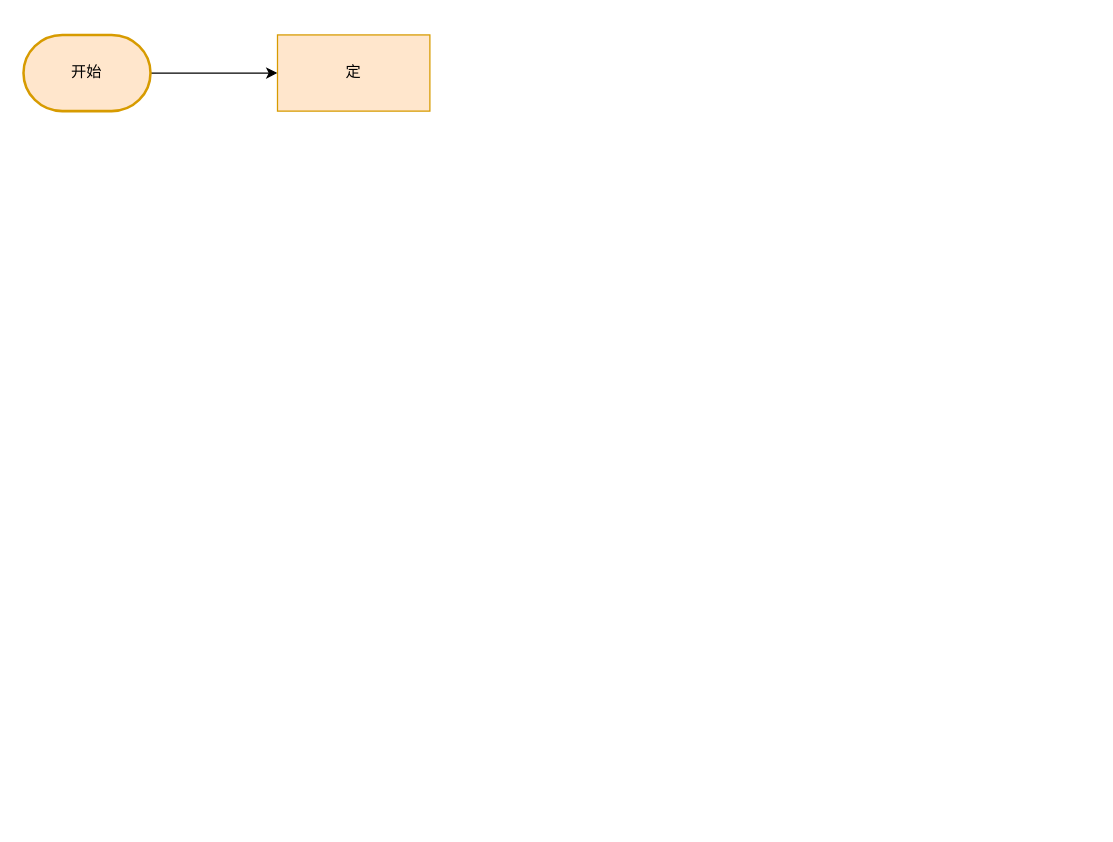
Jie33/draw keeps this draw.io diagram as crm海慧订单通知.drawio. Above is the earlier version. Source tidied: cells renumbered, new cells numbered last; positions are measured from the earlier drawing's top-left corner, leaving out a move shared by most shapes. Both pictures are drawn from the tidied source at 127%, with x=0, y=0 at pixel (23, 34).
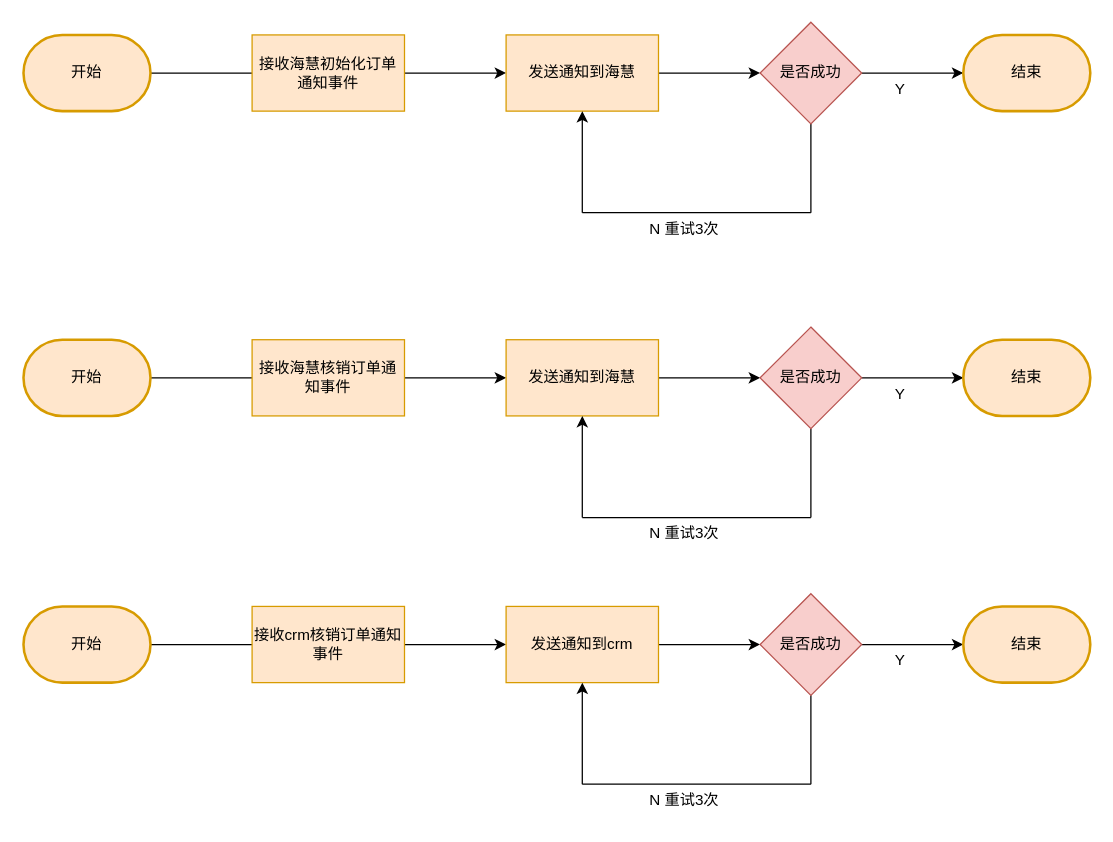
After the change.

Commit message:
更新crm海慧订单通知.drawio

Change to the diagram source:
```diff
@@
+    <mxCell id="5" style="edgeStyle=orthogonalEdgeStyle;rounded=0;jettySize=auto;html=1;" parent="1" edge="1" source="4" target="7">
+      <mxGeometry relative="1" as="geometry" />
+    </mxCell>
-    <mxCell id="4" value="定" style="rounded=0;whiteSpace=wrap;html=1;fillColor=#ffe6cc;strokeColor=#d79b00;" parent="1" vertex="1">
-      <mxGeometry x="200" width="120" height="60" as="geometry" />
+    <mxCell id="4" value="接收海慧初始化订单通知事件" style="rounded=0;whiteSpace=wrap;html=1;fillColor=#ffe6cc;strokeColor=#d79b00;" parent="1" vertex="1">
+      <mxGeometry x="180" width="120" height="60" as="geometry" />
     </mxCell>
+    <mxCell id="6" style="edgeStyle=orthogonalEdgeStyle;rounded=0;jettySize=auto;html=1;" parent="1" edge="1" source="7" target="10">
+      <mxGeometry relative="1" as="geometry" />
+    </mxCell>
+    <mxCell id="7" value="发送通知到海慧" style="rounded=0;whiteSpace=wrap;html=1;fillColor=#ffe6cc;strokeColor=#d79b00;" parent="1" vertex="1">
+      <mxGeometry x="380" width="120" height="60" as="geometry" />
+    </mxCell>
+    <mxCell id="8" style="edgeStyle=orthogonalEdgeStyle;rounded=0;jettySize=auto;html=1;" parent="1" edge="1" source="10">
+      <mxGeometry relative="1" as="geometry">
+        <mxPoint x="740" y="30" as="targetPoint" />
+      </mxGeometry>
+    </mxCell>
+    <mxCell id="9" style="edgeStyle=orthogonalEdgeStyle;rounded=0;jettySize=auto;html=1;endArrow=none;endFill=0;" parent="1" edge="1" source="10">
+      <mxGeometry relative="1" as="geometry">
+        <mxPoint x="620" y="140" as="targetPoint" />
+      </mxGeometry>
+    </mxCell>
+    <mxCell id="10" value="是否成功" style="rhombus;whiteSpace=wrap;html=1;fillColor=#f8cecc;strokeColor=#b85450;" parent="1" vertex="1">
+      <mxGeometry x="580" y="-10" width="80" height="80" as="geometry" />
+    </mxCell>
+    <mxCell id="11" style="endArrow=none;html=1;rounded=0;endFill=0;" parent="1" edge="1">
+      <mxGeometry relative="1" as="geometry">
+        <mxPoint x="620" y="140" as="sourcePoint" />
+        <mxPoint x="440" y="140" as="targetPoint" />
+      </mxGeometry>
+    </mxCell>
+    <mxCell id="12" style="endArrow=classic;html=1;rounded=0;entryX=0.5;entryY=1;entryDx=0;entryDy=0;" parent="1" edge="1" target="7">
+      <mxGeometry relative="1" as="geometry">
+        <mxPoint x="440" y="140" as="sourcePoint" />
+      </mxGeometry>
+    </mxCell>
+    <mxCell id="13" value="结束" style="strokeWidth=2;html=1;shape=mxgraph.flowchart.terminator;whiteSpace=wrap;fillColor=#ffe6cc;strokeColor=#d79b00;" parent="1" vertex="1">
+      <mxGeometry x="740" width="100" height="60" as="geometry" />
+    </mxCell>
+    <mxCell id="14" value="N 重试3次" style="text;html=1;align=center;verticalAlign=middle;strokeColor=none;fillColor=none;" parent="1" vertex="1">
+      <mxGeometry x="480" y="138" width="80" height="30" as="geometry" />
+    </mxCell>
+    <mxCell id="15" value="Y" style="text;html=1;align=center;verticalAlign=middle;strokeColor=none;fillColor=none;" parent="1" vertex="1">
+      <mxGeometry x="675" y="28" width="30" height="30" as="geometry" />
+    </mxCell>
+    <mxCell id="16" style="edgeStyle=orthogonalEdgeStyle;rounded=0;jettySize=auto;html=1;" parent="1" edge="1" source="17">
+      <mxGeometry relative="1" as="geometry">
+        <mxPoint x="200" y="270" as="targetPoint" />
+      </mxGeometry>
+    </mxCell>
+    <mxCell id="17" value="开始" style="strokeWidth=2;html=1;shape=mxgraph.flowchart.terminator;whiteSpace=wrap;fillColor=#ffe6cc;strokeColor=#d79b00;" parent="1" vertex="1">
+      <mxGeometry y="240" width="100" height="60" as="geometry" />
+    </mxCell>
+    <mxCell id="18" style="edgeStyle=orthogonalEdgeStyle;rounded=0;jettySize=auto;html=1;" parent="1" edge="1" source="19" target="21">
+      <mxGeometry relative="1" as="geometry" />
+    </mxCell>
+    <mxCell id="19" value="接收海慧核销订单通知事件" style="rounded=0;whiteSpace=wrap;html=1;fillColor=#ffe6cc;strokeColor=#d79b00;" parent="1" vertex="1">
+      <mxGeometry x="180" y="240" width="120" height="60" as="geometry" />
+    </mxCell>
+    <mxCell id="20" style="edgeStyle=orthogonalEdgeStyle;rounded=0;jettySize=auto;html=1;" parent="1" edge="1" source="21" target="24">
+      <mxGeometry relative="1" as="geometry" />
+    </mxCell>
+    <mxCell id="21" value="发送通知到海慧" style="rounded=0;whiteSpace=wrap;html=1;fillColor=#ffe6cc;strokeColor=#d79b00;" parent="1" vertex="1">
+      <mxGeometry x="380" y="240" width="120" height="60" as="geometry" />
+    </mxCell>
+    <mxCell id="22" style="edgeStyle=orthogonalEdgeStyle;rounded=0;jettySize=auto;html=1;" parent="1" edge="1" source="24">
+      <mxGeometry relative="1" as="geometry">
+        <mxPoint x="740" y="270" as="targetPoint" />
+      </mxGeometry>
+    </mxCell>
+    <mxCell id="23" style="edgeStyle=orthogonalEdgeStyle;rounded=0;jettySize=auto;html=1;endArrow=none;endFill=0;" parent="1" edge="1" source="24">
+      <mxGeometry relative="1" as="geometry">
+        <mxPoint x="620" y="380" as="targetPoint" />
+      </mxGeometry>
+    </mxCell>
+    <mxCell id="24" value="是否成功" style="rhombus;whiteSpace=wrap;html=1;fillColor=#f8cecc;strokeColor=#b85450;" parent="1" vertex="1">
+      <mxGeometry x="580" y="230" width="80" height="80" as="geometry" />
+    </mxCell>
+    <mxCell id="25" style="endArrow=none;html=1;rounded=0;endFill=0;" parent="1" edge="1">
+      <mxGeometry relative="1" as="geometry">
+        <mxPoint x="620" y="380" as="sourcePoint" />
+        <mxPoint x="440" y="380" as="targetPoint" />
+      </mxGeometry>
+    </mxCell>
+    <mxCell id="26" style="endArrow=classic;html=1;rounded=0;entryX=0.5;entryY=1;entryDx=0;entryDy=0;" parent="1" edge="1" target="21">
+      <mxGeometry relative="1" as="geometry">
+        <mxPoint x="440" y="380" as="sourcePoint" />
+      </mxGeometry>
+    </mxCell>
+    <mxCell id="27" value="结束" style="strokeWidth=2;html=1;shape=mxgraph.flowchart.terminator;whiteSpace=wrap;fillColor=#ffe6cc;strokeColor=#d79b00;" parent="1" vertex="1">
+      <mxGeometry x="740" y="240" width="100" height="60" as="geometry" />
+    </mxCell>
+    <mxCell id="28" value="N 重试3次" style="text;html=1;align=center;verticalAlign=middle;strokeColor=none;fillColor=none;" parent="1" vertex="1">
+      <mxGeometry x="480" y="378" width="80" height="30" as="geometry" />
+    </mxCell>
+    <mxCell id="29" value="Y" style="text;html=1;align=center;verticalAlign=middle;strokeColor=none;fillColor=none;" parent="1" vertex="1">
+      <mxGeometry x="675" y="268" width="30" height="30" as="geometry" />
+    </mxCell>
+    <mxCell id="30" style="edgeStyle=orthogonalEdgeStyle;rounded=0;jettySize=auto;html=1;" parent="1" edge="1" source="31">
+      <mxGeometry relative="1" as="geometry">
+        <mxPoint x="200" y="480" as="targetPoint" />
+      </mxGeometry>
+    </mxCell>
+    <mxCell id="31" value="开始" style="strokeWidth=2;html=1;shape=mxgraph.flowchart.terminator;whiteSpace=wrap;fillColor=#ffe6cc;strokeColor=#d79b00;" parent="1" vertex="1">
+      <mxGeometry y="450" width="100" height="60" as="geometry" />
+    </mxCell>
+    <mxCell id="32" style="edgeStyle=orthogonalEdgeStyle;rounded=0;jettySize=auto;html=1;" parent="1" edge="1" source="33" target="35">
+      <mxGeometry relative="1" as="geometry" />
+    </mxCell>
+    <mxCell id="33" value="接收crm核销订单通知事件" style="rounded=0;whiteSpace=wrap;html=1;fillColor=#ffe6cc;strokeColor=#d79b00;" parent="1" vertex="1">
+      <mxGeometry x="180" y="450" width="120" height="60" as="geometry" />
+    </mxCell>
+    <mxCell id="34" style="edgeStyle=orthogonalEdgeStyle;rounded=0;jettySize=auto;html=1;" parent="1" edge="1" source="35" target="38">
+      <mxGeometry relative="1" as="geometry" />
+    </mxCell>
+    <mxCell id="35" value="发送通知到crm" style="rounded=0;whiteSpace=wrap;html=1;fillColor=#ffe6cc;strokeColor=#d79b00;" parent="1" vertex="1">
+      <mxGeometry x="380" y="450" width="120" height="60" as="geometry" />
+    </mxCell>
+    <mxCell id="36" style="edgeStyle=orthogonalEdgeStyle;rounded=0;jettySize=auto;html=1;" parent="1" edge="1" source="38">
+      <mxGeometry relative="1" as="geometry">
+        <mxPoint x="740" y="480" as="targetPoint" />
+      </mxGeometry>
+    </mxCell>
+    <mxCell id="37" style="edgeStyle=orthogonalEdgeStyle;rounded=0;jettySize=auto;html=1;endArrow=none;endFill=0;" parent="1" edge="1" source="38">
+      <mxGeometry relative="1" as="geometry">
+        <mxPoint x="620" y="590" as="targetPoint" />
+      </mxGeometry>
+    </mxCell>
+    <mxCell id="38" value="是否成功" style="rhombus;whiteSpace=wrap;html=1;fillColor=#f8cecc;strokeColor=#b85450;" parent="1" vertex="1">
+      <mxGeometry x="580" y="440" width="80" height="80" as="geometry" />
+    </mxCell>
+    <mxCell id="39" style="endArrow=none;html=1;rounded=0;endFill=0;" parent="1" edge="1">
+      <mxGeometry relative="1" as="geometry">
+        <mxPoint x="620" y="590" as="sourcePoint" />
+        <mxPoint x="440" y="590" as="targetPoint" />
+      </mxGeometry>
+    </mxCell>
+    <mxCell id="40" style="endArrow=classic;html=1;rounded=0;entryX=0.5;entryY=1;entryDx=0;entryDy=0;" parent="1" edge="1" target="35">
+      <mxGeometry relative="1" as="geometry">
+        <mxPoint x="440" y="590" as="sourcePoint" />
+      </mxGeometry>
+    </mxCell>
+    <mxCell id="41" value="结束" style="strokeWidth=2;html=1;shape=mxgraph.flowchart.terminator;whiteSpace=wrap;fillColor=#ffe6cc;strokeColor=#d79b00;" parent="1" vertex="1">
+      <mxGeometry x="740" y="450" width="100" height="60" as="geometry" />
+    </mxCell>
+    <mxCell id="42" value="N 重试3次" style="text;html=1;align=center;verticalAlign=middle;strokeColor=none;fillColor=none;" parent="1" vertex="1">
+      <mxGeometry x="480" y="588" width="80" height="30" as="geometry" />
+    </mxCell>
+    <mxCell id="43" value="Y" style="text;html=1;align=center;verticalAlign=middle;strokeColor=none;fillColor=none;" parent="1" vertex="1">
+      <mxGeometry x="675" y="478" width="30" height="30" as="geometry" />
+    </mxCell>
```
